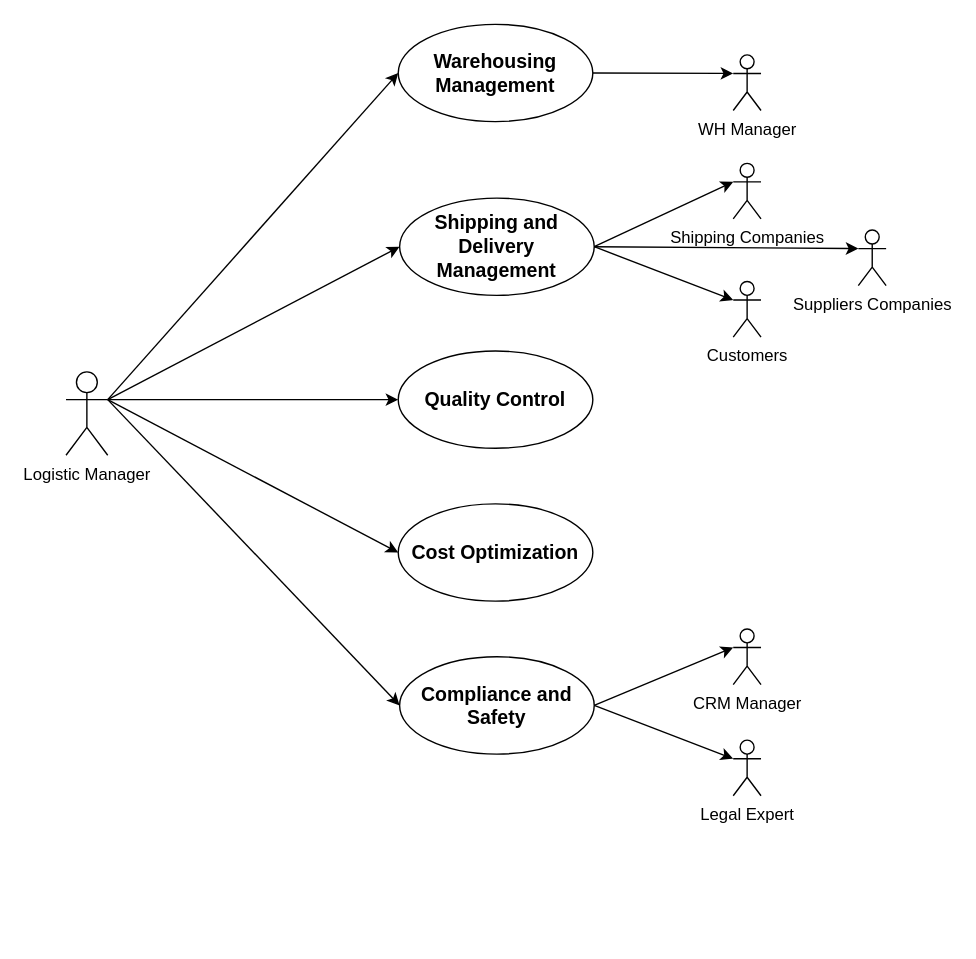
Above: page "Page-3" (3 of 4) of src/Untitled Diagram.drawio in HadisehAhmadi/HW07 (draw.io), before the change. Source tidied: cells renumbered, new cells numbered last; positions are measured from the earlier drawing's top-left corner, leaving out a move shared by most shapes. Both pictures are drawn from the tidied source at 139%, with x=0, y=0 at pixel (65, 24).
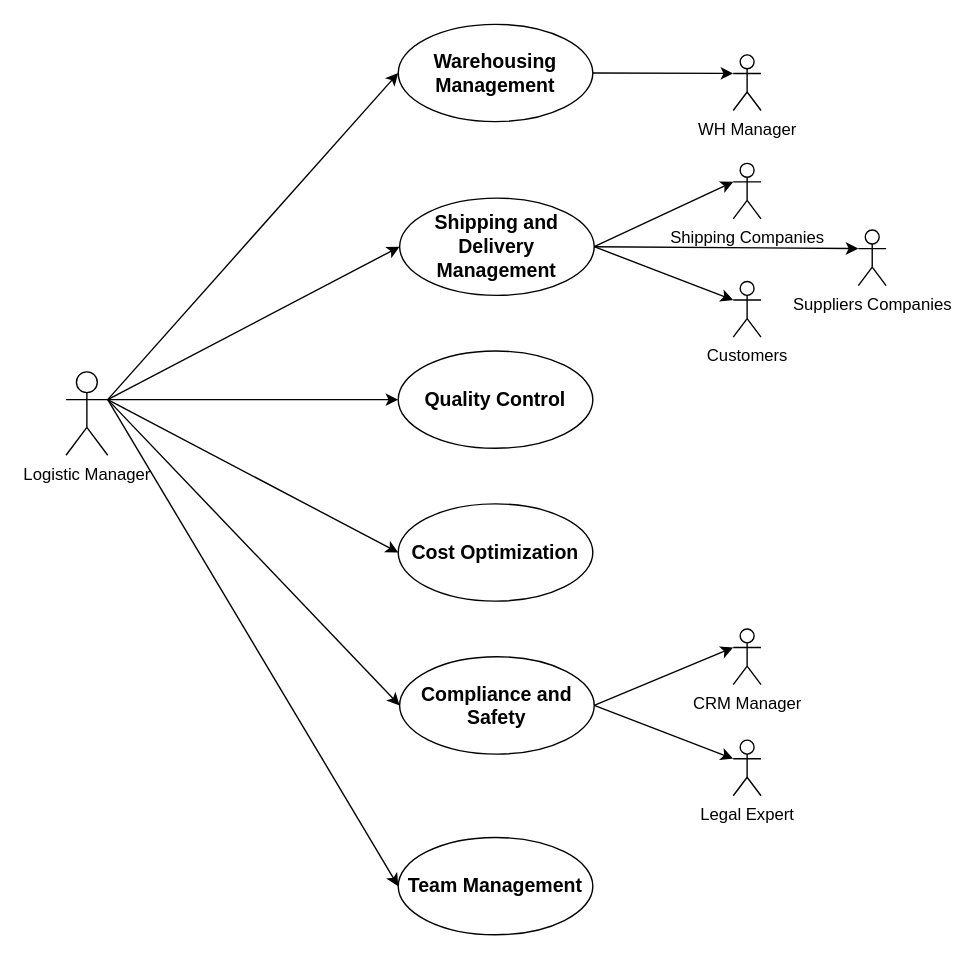
The same page after the edit.

The change refers to these unchanged cells:
```xml
<mxCell id="2" value="Logistic Manager" style="shape=umlActor;verticalLabelPosition=bottom;verticalAlign=top;html=1;" parent="1" vertex="1">
  <mxGeometry y="250" width="30" height="60" as="geometry" />
</mxCell>
```

What changed in the source:
```diff
@@
+    <mxCell id="26" value="&lt;h3&gt;&lt;strong&gt;Team Management&lt;/strong&gt;&lt;/h3&gt;" style="ellipse;whiteSpace=wrap;html=1;" parent="1" vertex="1">
+      <mxGeometry x="239" y="585" width="140" height="70" as="geometry" />
+    </mxCell>
+    <mxCell id="27" style="rounded=0;jettySize=auto;html=1;exitX=1;exitY=0.3333333333333333;exitDx=0;exitDy=0;entryX=0;entryY=0.5;entryDx=0;entryDy=0;exitPerimeter=0;" parent="1" edge="1" source="2" target="26">
+      <mxGeometry relative="1" as="geometry" />
+    </mxCell>
```
